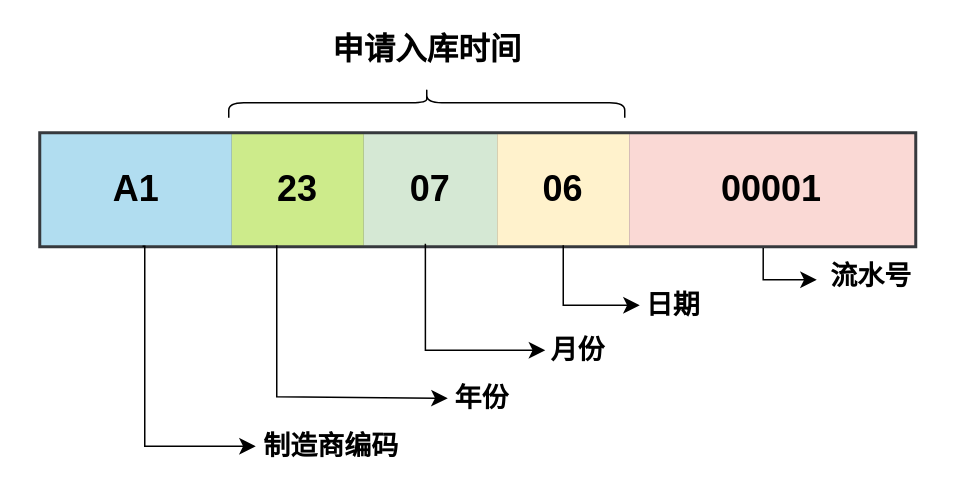
The draw.io diagram 未命名绘图.drawio in sjxbg/xmindfile, before the edit. Source tidied: cells renumbered, new cells numbered last; positions are measured from the earlier drawing's top-left corner, leaving out a move shared by most shapes. Both pictures are drawn from the tidied source at 150%, with x=0, y=0 at pixel (40, 26).
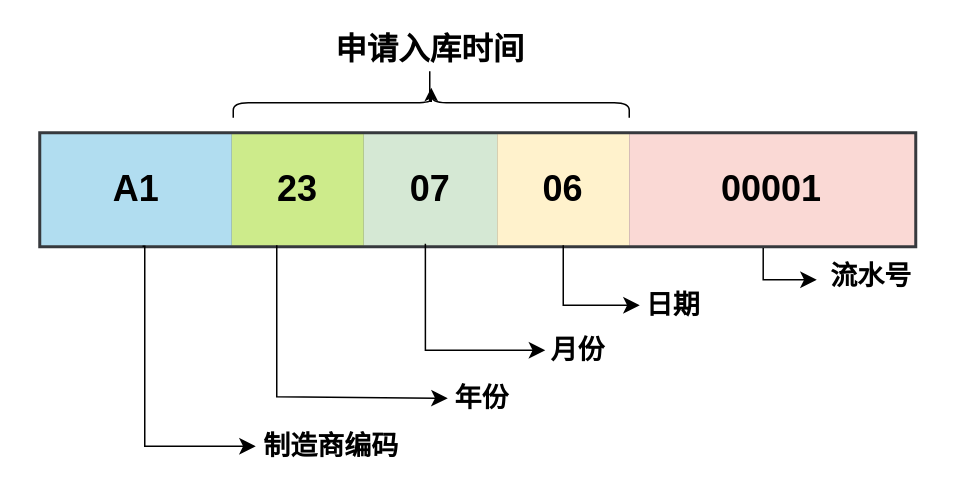
The same page after the edit.

Change to the diagram source:
```diff
@@
     <mxCell id="18" style="shape=curlyBracket;whiteSpace=wrap;html=1;rounded=1;labelPosition=left;verticalLabelPosition=middle;align=right;verticalAlign=middle;direction=south;" parent="1" vertex="1">
-      <mxGeometry x="125" y="41" width="264" height="20" as="geometry" />
+      <mxGeometry x="128" y="41" width="264" height="20" as="geometry" />
     </mxCell>
+    <mxCell id="21" style="edgeStyle=orthogonalEdgeStyle;rounded=0;jettySize=auto;html=1;" parent="1" edge="1" source="19" target="18">
+      <mxGeometry relative="1" as="geometry" />
+    </mxCell>
     <mxCell id="19" value="申请入库时间" style="text;strokeColor=none;fillColor=none;html=1;fontSize=21;fontStyle=1;verticalAlign=middle;align=center;" parent="1" vertex="1">
-      <mxGeometry x="237" width="40" height="30" as="geometry" />
+      <mxGeometry x="239" width="40" height="30" as="geometry" />
     </mxCell>
```
